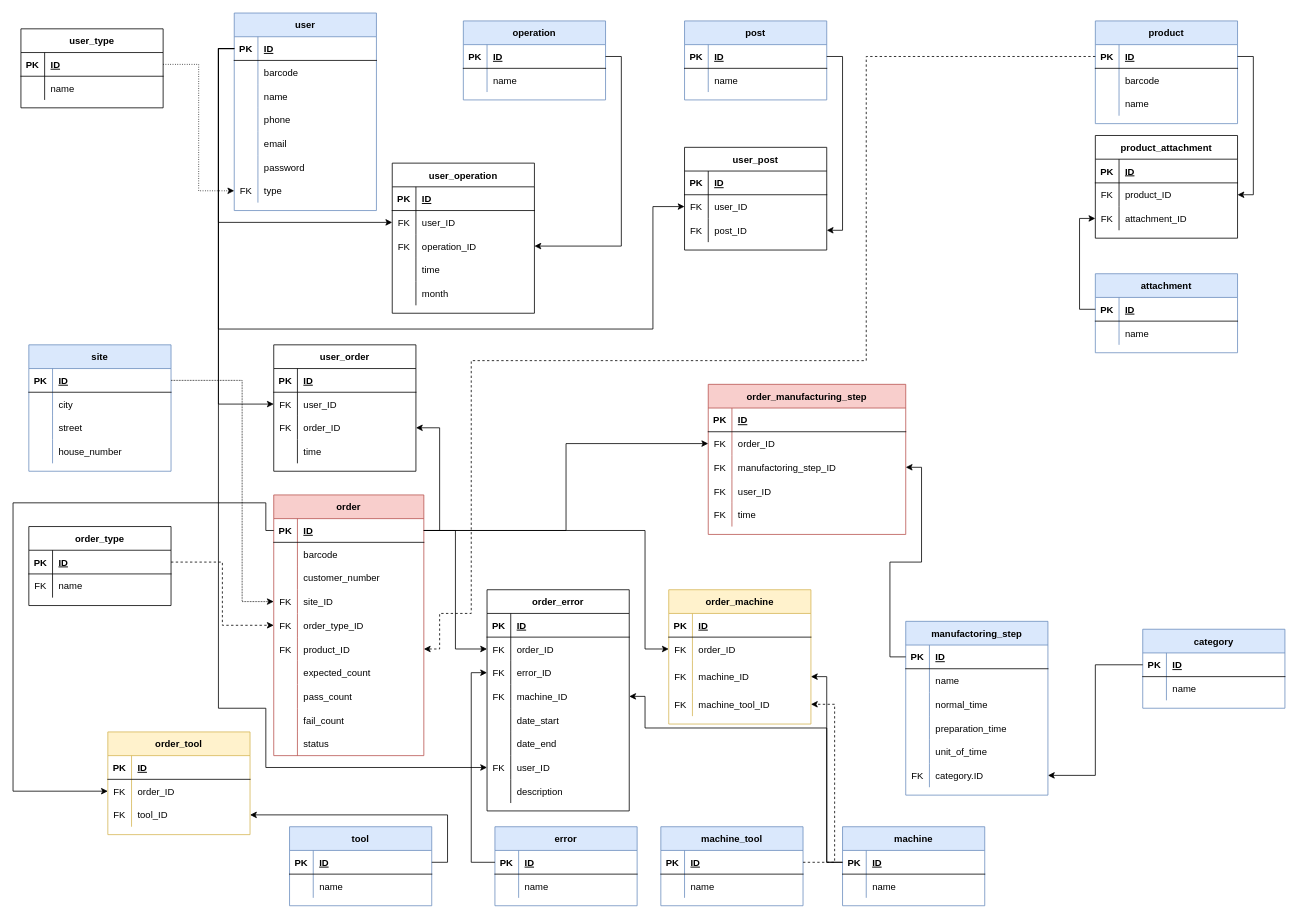
KerteszZoltan/mesterminal keeps this draw.io diagram as DOC/diagrams/database_plan_2_0_0.drawio. Above is the earlier version. Source tidied: cells renumbered, new cells numbered last; positions are measured from the earlier drawing's top-left corner, leaving out a move shared by most shapes. Both pictures are drawn from the tidied source at 79%, with x=0, y=0 at pixel (13, 13).
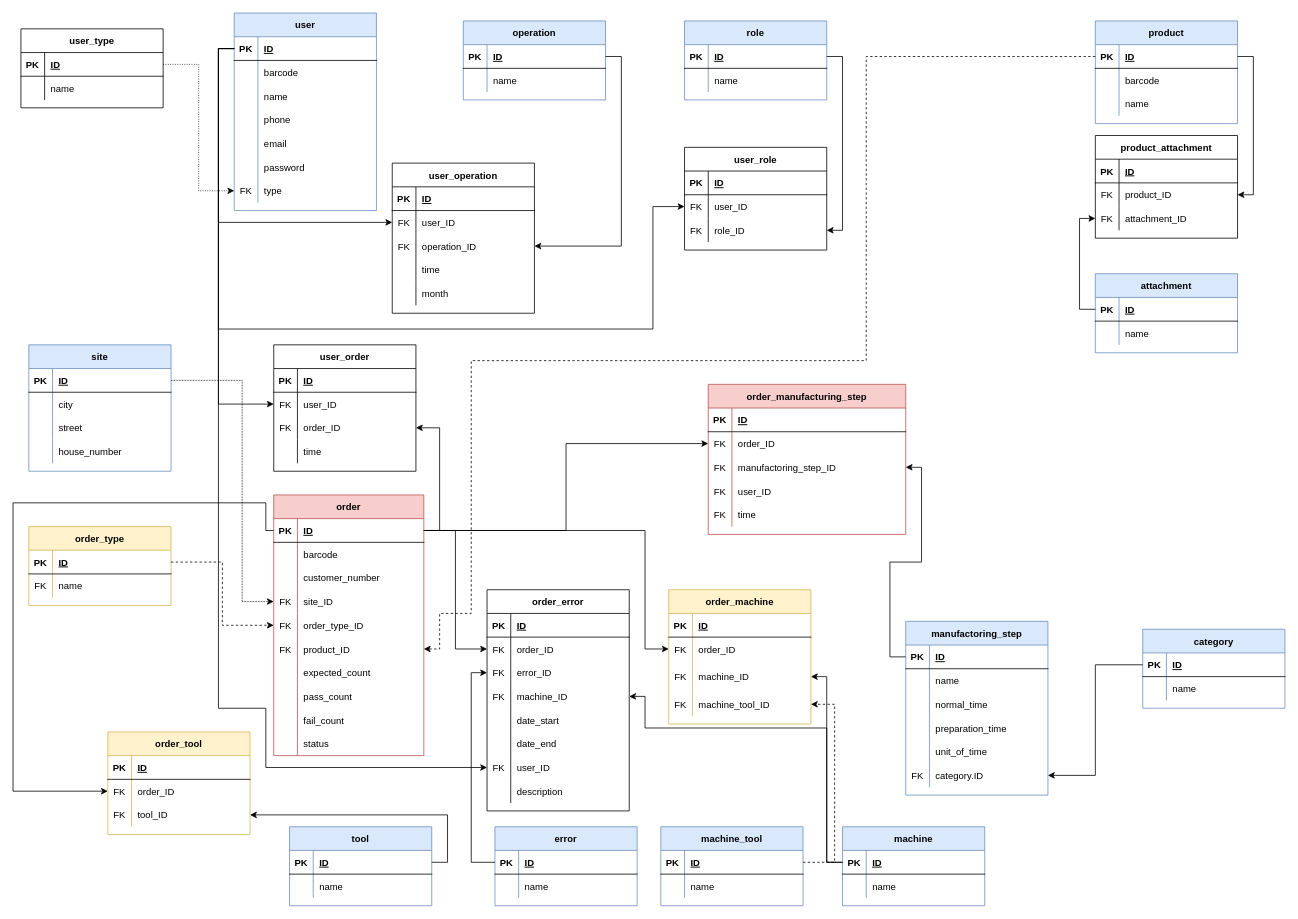
Above is the later version.

Commit message:
post rename role

The change refers to these unchanged cells:
```xml
<mxCell id="63" style="shape=partialRectangle;fillColor=none;top=0;left=0;bottom=0;right=0;points=[[0,0.5],[1,0.5]];portConstraint=eastwest;" parent="56" vertex="1">
  <mxGeometry y="90" width="180" height="30" as="geometry" />
</mxCell>
```

Change to the diagram source:
```diff
@@
-    <mxCell id="49" value="post" style="shape=table;startSize=30;childLayout=tableLayout;rowLines=0;fontStyle=1;align=center;fillColor=#dae8fc;strokeColor=#6c8ebf;" parent="1" vertex="1">
+    <mxCell id="49" value="role" style="shape=table;startSize=30;childLayout=tableLayout;rowLines=0;fontStyle=1;align=center;fillColor=#dae8fc;strokeColor=#6c8ebf;" parent="1" vertex="1">
       <mxGeometry x="850" y="10" width="180" height="100" as="geometry" />
     </mxCell>
@@
-    <mxCell id="56" value="user_post" style="shape=table;startSize=30;childLayout=tableLayout;rowLines=0;fontStyle=1;align=center;" parent="1" vertex="1">
+    <mxCell id="56" value="user_role" style="shape=table;startSize=30;childLayout=tableLayout;rowLines=0;fontStyle=1;align=center;" parent="1" vertex="1">
       <mxGeometry x="850" y="170" width="180" height="130" as="geometry" />
     </mxCell>
@@
-    <mxCell id="65" value="post_ID" style="shape=partialRectangle;fillColor=none;top=0;left=0;bottom=0;right=0;align=left;spacingLeft=6;overflow=hidden;" parent="63" vertex="1">
+    <mxCell id="65" value="role_ID" style="shape=partialRectangle;fillColor=none;top=0;left=0;bottom=0;right=0;align=left;spacingLeft=6;overflow=hidden;" parent="63" vertex="1">
       <mxGeometry x="30" width="150" height="30" as="geometry" />
     </mxCell>
@@
-    <mxCell id="189" value="order_type" style="shape=table;startSize=30;childLayout=tableLayout;rowLines=0;fontStyle=1;align=center;" parent="1" vertex="1">
+    <mxCell id="189" value="order_type" style="shape=table;startSize=30;childLayout=tableLayout;rowLines=0;fontStyle=1;align=center;fillColor=#fff2cc;strokeColor=#d6b656;" parent="1" vertex="1">
       <mxGeometry x="20" y="650" width="180" height="100" as="geometry" />
     </mxCell>
```
